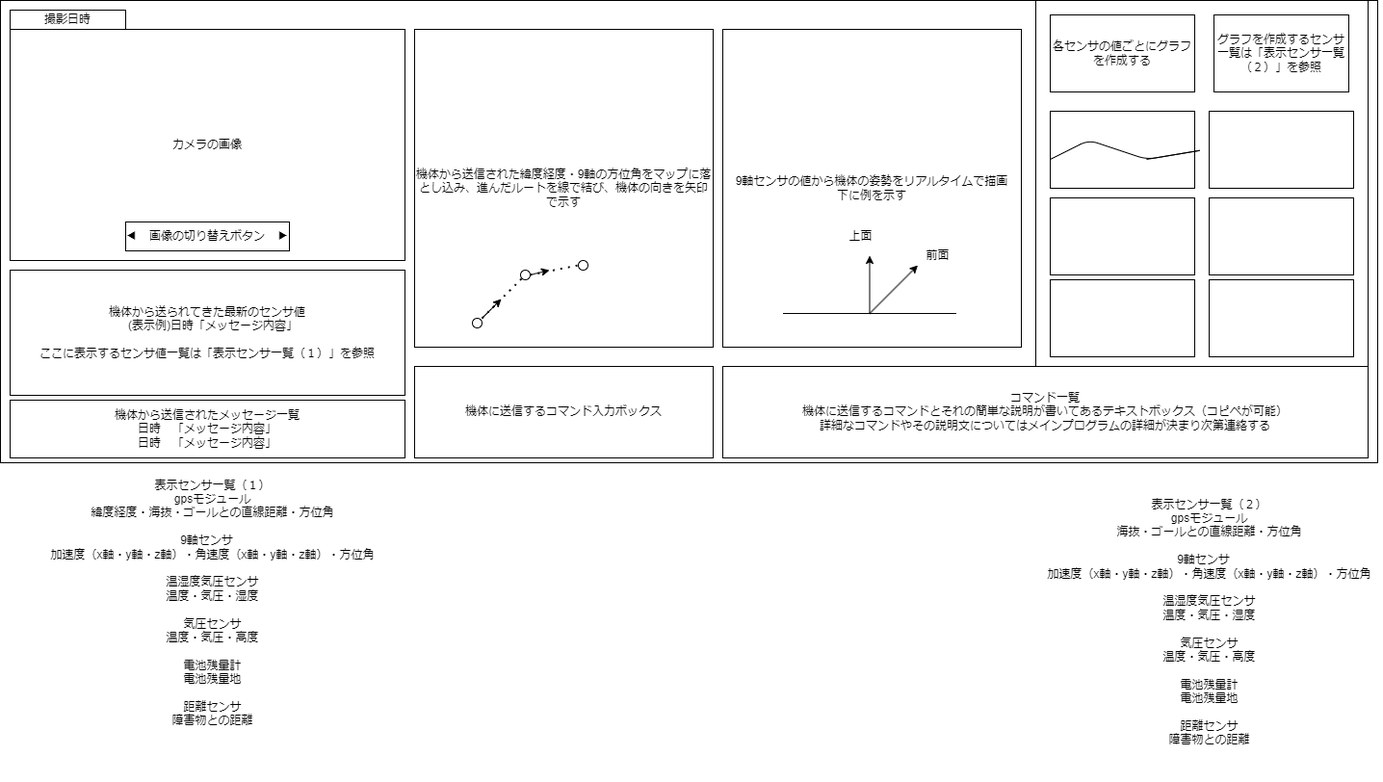
This is 仕様書・参考資料/地上局のUIイメージ図.drawio.png from TDUSenjuAstronomyResearchClub/basyo-ground-station, a draw.io export, as it was before one commit. Source tidied: cells renumbered, new cells last; positions are measured from the earlier drawing's top-left corner, leaving out a move shared by most shapes.
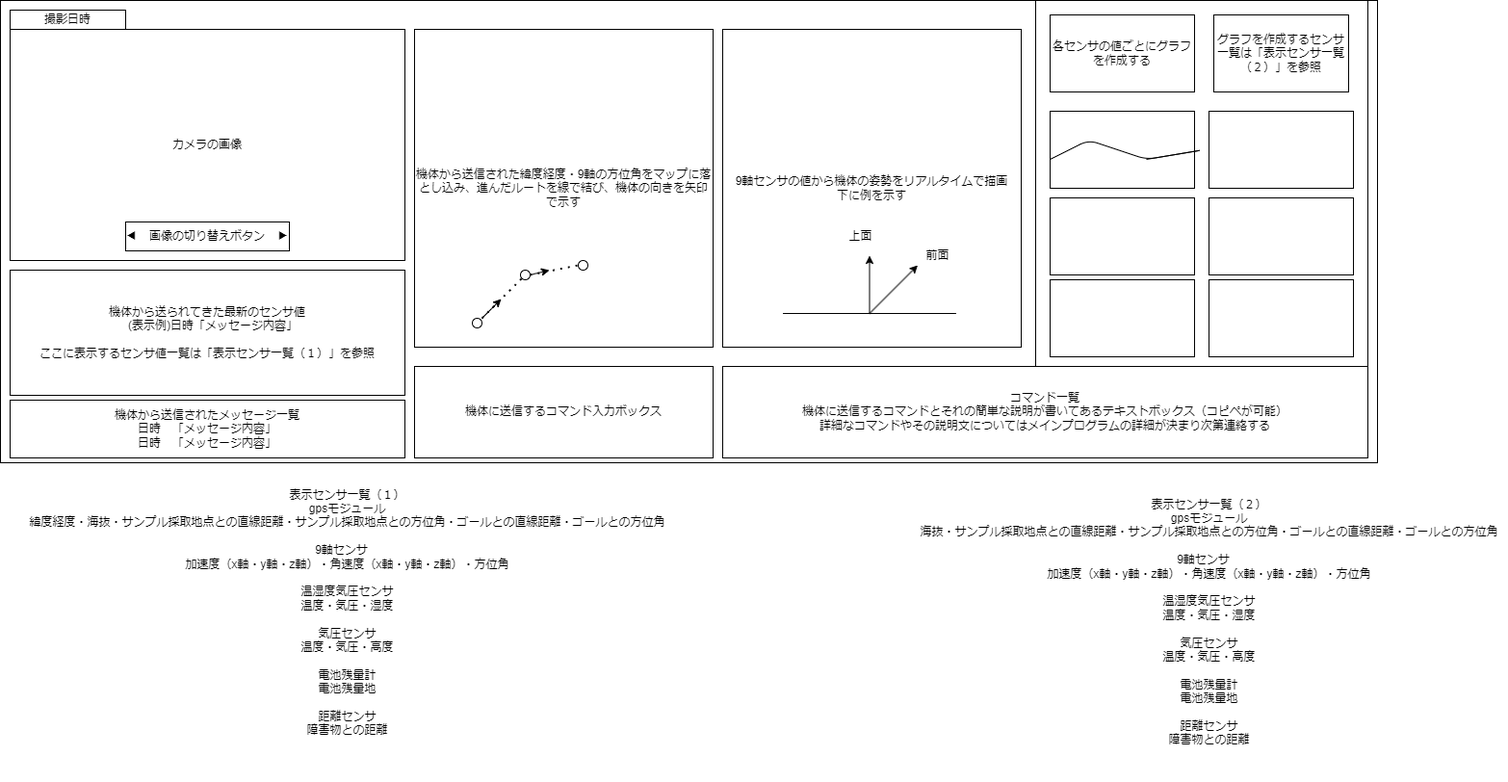
The same diagram one commit later.

The edit, as a diff of the source:
```diff
@@ -59,8 +59,8 @@
     <mxCell id="20" value="機体から送信されたメッセージ一覧&lt;br&gt;日時　「メッセージ内容」&lt;br&gt;日時　「メッセージ内容」" style="rounded=0;whiteSpace=wrap;html=1;" parent="1" vertex="1">
       <mxGeometry x="10" y="415" width="410" height="60" as="geometry" />
     </mxCell>
-    <mxCell id="21" value="表示センサ一覧（１）&lt;br style=&quot;border-color: var(--border-color);&quot;&gt;&lt;span style=&quot;&quot;&gt;gpsモジュール&lt;br&gt;緯度経度・海抜・&lt;/span&gt;&lt;span style=&quot;&quot;&gt;ゴールとの直線距離・方位角&lt;br&gt;&lt;/span&gt;&lt;br style=&quot;border-color: var(--border-color);&quot;&gt;&lt;span style=&quot;&quot;&gt;9軸センサ　&lt;br&gt;加速度（x軸・y軸・z軸）・角速度（x軸・y軸・z軸）・方位角&lt;br&gt;&lt;br&gt;温湿度気圧センサ&lt;br&gt;温度・気圧・湿度&lt;br&gt;&lt;br&gt;気圧センサ&lt;br&gt;温度・気圧・高度&lt;br&gt;&lt;br&gt;電池残量計&lt;br&gt;電池残量地&lt;br&gt;&lt;br&gt;距離センサ&lt;br&gt;障害物との距離&lt;br&gt;&lt;br&gt;&lt;br&gt;&lt;/span&gt;" style="text;html=1;align=center;verticalAlign=middle;strokeColor=none;fillColor=none;" parent="1" vertex="1">
-      <mxGeometry x="40" y="490" width="360" height="300" as="geometry" />
+    <mxCell id="21" value="表示センサ一覧（１）&lt;br style=&quot;border-color: var(--border-color);&quot;&gt;&lt;span style=&quot;&quot;&gt;gpsモジュール&lt;br&gt;緯度経度・海抜・&lt;/span&gt;サンプル採取地点との直線距離・サンプル採取地点との方位角・ゴールとの直線距離・ゴールとの方位角&lt;span style=&quot;&quot;&gt;&lt;br&gt;&lt;/span&gt;&lt;br style=&quot;border-color: var(--border-color);&quot;&gt;&lt;span style=&quot;&quot;&gt;9軸センサ　&lt;br&gt;加速度（x軸・y軸・z軸）・角速度（x軸・y軸・z軸）・方位角&lt;br&gt;&lt;br&gt;温湿度気圧センサ&lt;br&gt;温度・気圧・湿度&lt;br&gt;&lt;br&gt;気圧センサ&lt;br&gt;温度・気圧・高度&lt;br&gt;&lt;br&gt;電池残量計&lt;br&gt;電池残量地&lt;br&gt;&lt;br&gt;距離センサ&lt;br&gt;障害物との距離&lt;br&gt;&lt;br&gt;&lt;br&gt;&lt;/span&gt;" style="text;html=1;align=center;verticalAlign=middle;strokeColor=none;fillColor=none;" parent="1" vertex="1">
+      <mxGeometry x="20" y="500" width="680" height="300" as="geometry" />
     </mxCell>
     <mxCell id="22" style="group;" parent="1" vertex="1">
       <mxGeometry x="812.5" y="230" width="185" height="95" as="geometry" />
@@ -89,8 +89,8 @@
     <mxCell id="27" value="上面" style="text;html=1;align=center;verticalAlign=middle;strokeColor=none;fillColor=none;" parent="22" vertex="1">
       <mxGeometry x="55" width="50" height="30" as="geometry" />
     </mxCell>
-    <mxCell id="28" value="表示センサ一覧（２）&lt;br style=&quot;border-color: var(--border-color);&quot;&gt;&lt;span style=&quot;&quot;&gt;gpsモジュール&lt;br&gt;海抜・&lt;/span&gt;&lt;span style=&quot;&quot;&gt;ゴールとの直線距離・方位角&lt;br&gt;&lt;/span&gt;&lt;br style=&quot;border-color: var(--border-color);&quot;&gt;&lt;span style=&quot;&quot;&gt;9軸センサ　&lt;br&gt;加速度（x軸・y軸・z軸）・角速度（x軸・y軸・z軸）・方位角&lt;br&gt;&lt;br&gt;温湿度気圧センサ&lt;br&gt;温度・気圧・湿度&lt;br&gt;&lt;br&gt;気圧センサ&lt;br&gt;温度・気圧・高度&lt;br&gt;&lt;br&gt;電池残量計&lt;br&gt;電池残量地&lt;br&gt;&lt;br&gt;距離センサ&lt;br&gt;障害物との距離&lt;br&gt;&lt;br&gt;&lt;br&gt;&lt;/span&gt;" style="text;html=1;align=center;verticalAlign=middle;strokeColor=none;fillColor=none;" parent="1" vertex="1">
-      <mxGeometry x="1075" y="510" width="360" height="300" as="geometry" />
+    <mxCell id="28" value="表示センサ一覧（２）&lt;br style=&quot;border-color: var(--border-color);&quot;&gt;&lt;span style=&quot;&quot;&gt;gpsモジュール&lt;br&gt;海抜・&lt;/span&gt;サンプル採取地点との直線距離・サンプル採取地点との方位角・ゴールとの直線距離・ゴールとの方位角&lt;span style=&quot;&quot;&gt;&lt;br&gt;&lt;/span&gt;&lt;br style=&quot;border-color: var(--border-color);&quot;&gt;&lt;span style=&quot;&quot;&gt;9軸センサ　&lt;br&gt;加速度（x軸・y軸・z軸）・角速度（x軸・y軸・z軸）・方位角&lt;br&gt;&lt;br&gt;温湿度気圧センサ&lt;br&gt;温度・気圧・湿度&lt;br&gt;&lt;br&gt;気圧センサ&lt;br&gt;温度・気圧・高度&lt;br&gt;&lt;br&gt;電池残量計&lt;br&gt;電池残量地&lt;br&gt;&lt;br&gt;距離センサ&lt;br&gt;障害物との距離&lt;br&gt;&lt;br&gt;&lt;br&gt;&lt;/span&gt;" style="text;html=1;align=center;verticalAlign=middle;strokeColor=none;fillColor=none;" parent="1" vertex="1">
+      <mxGeometry x="945" y="510" width="620" height="300" as="geometry" />
     </mxCell>
     <mxCell id="29" style="group;" parent="1" vertex="1">
       <mxGeometry x="490" y="270" width="120" height="70" as="geometry" />
```
